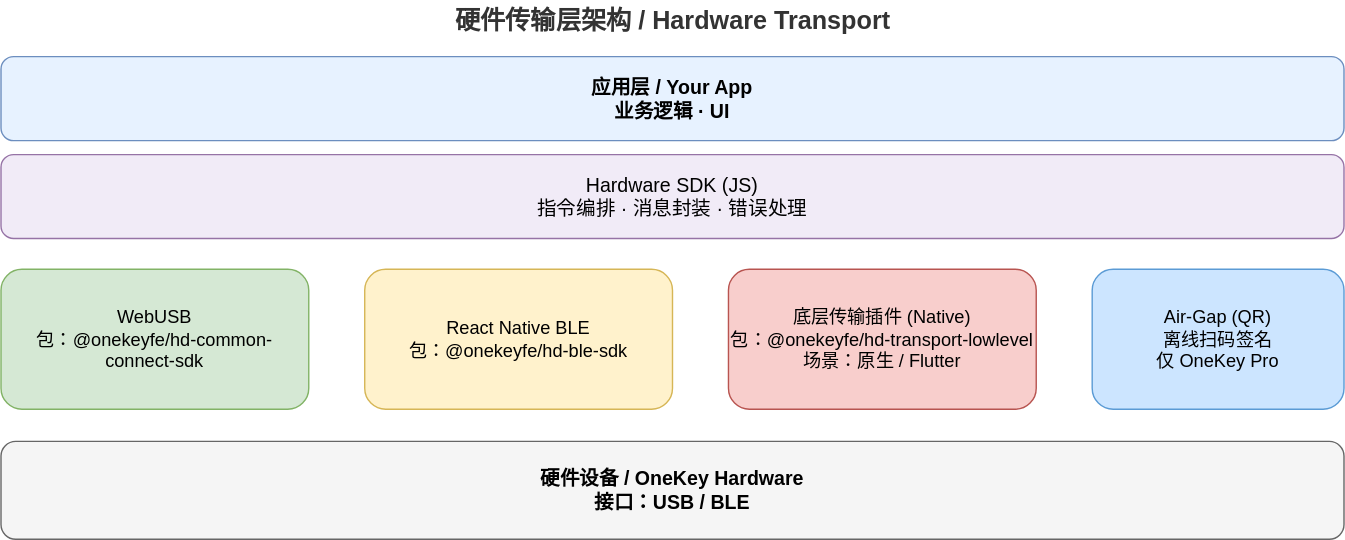
wabicai/onekey-developer-portal keeps this draw.io diagram as public/images/transport/transport-architecture-zh.svg. Above is the earlier version. Source tidied: cells renumbered, new cells last; positions are measured from the earlier drawing's top-left corner, leaving out a move shared by most shapes.
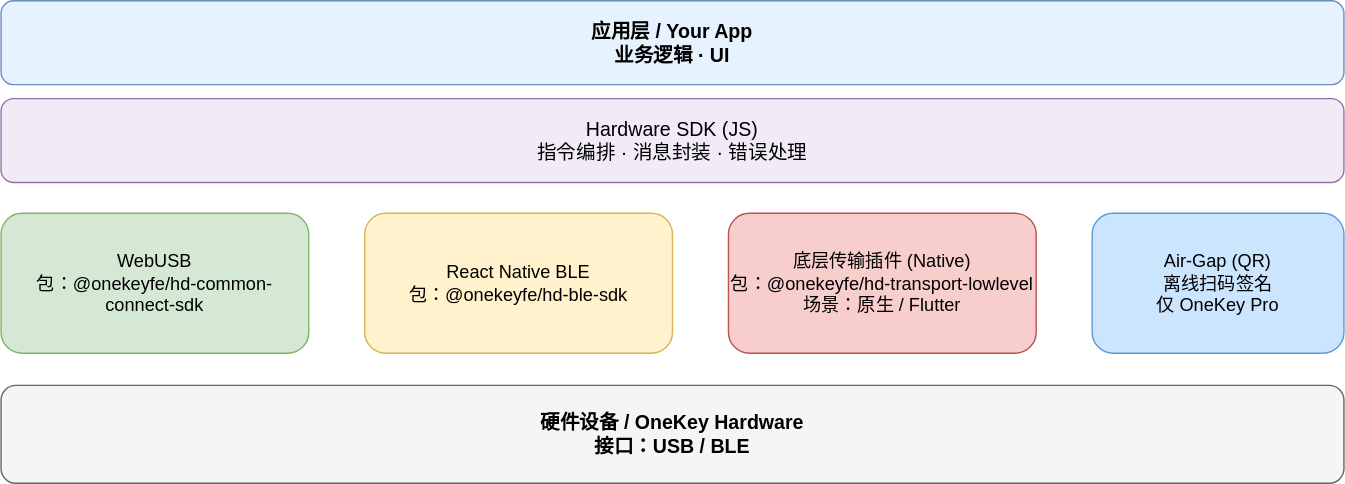
The same file after the commit.

Change to the diagram source:
```diff
@@ -2,9 +2,6 @@
   <root>
     <mxCell id="0" />
     <mxCell id="1" parent="0" />
-    <mxCell id="2" value="硬件传输层架构 / Hardware Transport" style="text;html=1;align=center;verticalAlign=middle;fontSize=18;fontStyle=1;fontColor=#333333;" parent="1" vertex="1">
-      <mxGeometry x="280" width="400" height="30" as="geometry" />
-    </mxCell>
     <mxCell id="3" value="应用层 / Your App&#10;业务逻辑 · UI" style="rounded=1;whiteSpace=wrap;html=1;fontSize=14;fontStyle=1;align=center;verticalAlign=middle;fillColor=#e7f2ff;strokeColor=#6c8ebf;" parent="1" vertex="1">
       <mxGeometry y="40" width="960" height="60" as="geometry" />
     </mxCell>
```
